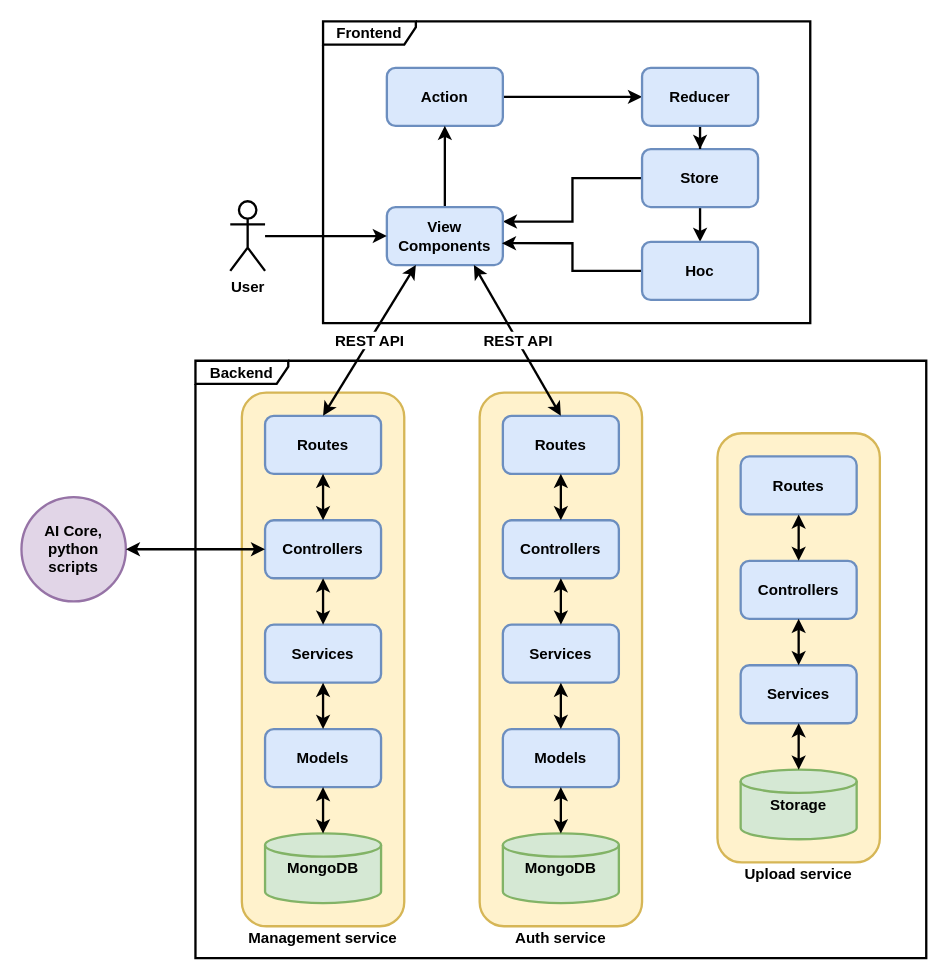
The draw.io diagram draw.io/kientruchethong.drawio in tranphuongthao2405/finalproject, before the edit. Source tidied: cells renumbered, new cells numbered last; positions are measured from the earlier drawing's top-left corner, leaving out a move shared by most shapes. Both pictures are drawn from the tidied source at 116%, with x=0, y=0 at pixel (21, 21).
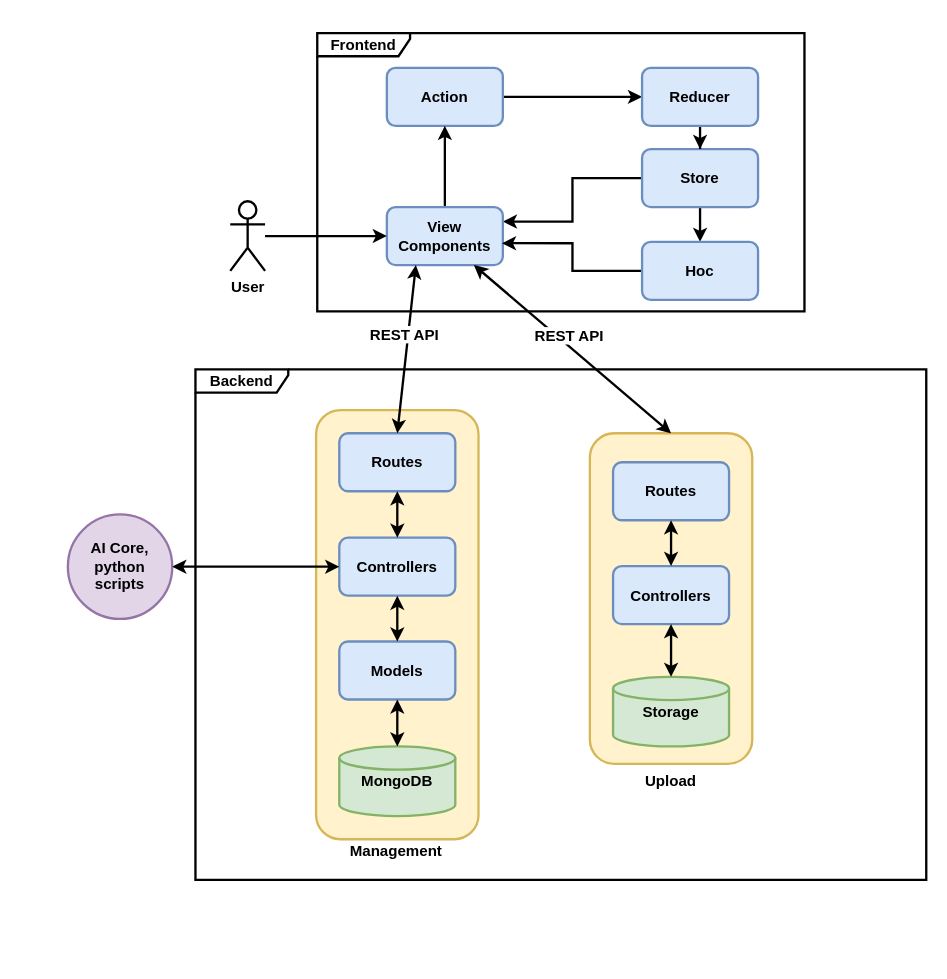
After the change.

The change refers to these unchanged cells:
```xml
<mxCell id="22" value="View Components" style="rounded=1;whiteSpace=wrap;html=1;fillColor=#dae8fc;strokeColor=#6c8ebf;strokeWidth=2;fontSize=13;fontStyle=1;" parent="1" vertex="1">
  <mxGeometry x="315" y="160" width="100" height="50" as="geometry" />
</mxCell>
```

The edit, as a diff of the source:
```diff
@@
     <mxCell id="2" value="Backend" style="shape=umlFrame;whiteSpace=wrap;html=1;strokeWidth=2;fontSize=13;fontStyle=1;width=80;height=20;" parent="1" vertex="1">
-      <mxGeometry x="150" y="292.5" width="630" height="515" as="geometry" />
+      <mxGeometry x="150" y="300" width="630" height="440" as="geometry" />
     </mxCell>
-    <mxCell id="3" style="rounded=1;whiteSpace=wrap;html=1;fontSize=13;strokeWidth=2;fillColor=#fff2cc;strokeColor=#d6b656;" parent="1" vertex="1">
-      <mxGeometry x="395" y="320" width="140" height="460" as="geometry" />
-    </mxCell>
     <mxCell id="4" style="rounded=1;whiteSpace=wrap;html=1;fontSize=13;strokeWidth=2;fillColor=#fff2cc;strokeColor=#d6b656;" parent="1" vertex="1">
-      <mxGeometry x="190" y="320" width="140" height="460" as="geometry" />
+      <mxGeometry x="254" y="335" width="140" height="370" as="geometry" />
     </mxCell>
     <mxCell id="5" value="Routes" style="rounded=1;whiteSpace=wrap;html=1;fillColor=#dae8fc;strokeColor=#6c8ebf;strokeWidth=2;fontSize=13;fontStyle=1;" parent="1" vertex="1">
-      <mxGeometry x="210" y="340" width="100" height="50" as="geometry" />
+      <mxGeometry x="274" y="355" width="100" height="50" as="geometry" />
     </mxCell>
     <mxCell id="6" value="Models" style="rounded=1;whiteSpace=wrap;html=1;fillColor=#dae8fc;strokeColor=#6c8ebf;strokeWidth=2;fontSize=13;fontStyle=1;" parent="1" vertex="1">
-      <mxGeometry x="210" y="610" width="100" height="50" as="geometry" />
+      <mxGeometry x="274" y="534.5" width="100" height="50" as="geometry" />
     </mxCell>
     <mxCell id="7" value="Controllers" style="rounded=1;whiteSpace=wrap;html=1;fillColor=#dae8fc;strokeColor=#6c8ebf;strokeWidth=2;fontSize=13;fontStyle=1;" parent="1" vertex="1">
-      <mxGeometry x="210" y="430" width="100" height="50" as="geometry" />
+      <mxGeometry x="274" y="445" width="100" height="50" as="geometry" />
     </mxCell>
-    <mxCell id="8" value="Services" style="rounded=1;whiteSpace=wrap;html=1;fillColor=#dae8fc;strokeColor=#6c8ebf;strokeWidth=2;fontSize=13;fontStyle=1;" parent="1" vertex="1">
-      <mxGeometry x="210" y="520" width="100" height="50" as="geometry" />
-    </mxCell>
     <mxCell id="9" value="MongoDB" style="strokeWidth=2;html=1;shape=mxgraph.flowchart.database;whiteSpace=wrap;fillColor=#d5e8d4;strokeColor=#82b366;fontSize=13;fontStyle=1;" parent="1" vertex="1">
-      <mxGeometry x="210" y="700" width="100" height="60" as="geometry" />
+      <mxGeometry x="274" y="625" width="100" height="60" as="geometry" />
     </mxCell>
@@
-    <mxCell id="11" style="endArrow=classic;startArrow=classic;html=1;entryX=0.5;entryY=0;entryDx=0;entryDy=0;strokeWidth=2;fontSize=13;fontStyle=1;exitX=0.5;exitY=1;exitDx=0;exitDy=0;" parent="1" edge="1" source="7" target="8">
-      <mxGeometry relative="1" as="geometry" />
-    </mxCell>
-    <mxCell id="12" style="endArrow=classic;startArrow=classic;html=1;entryX=0.5;entryY=1;entryDx=0;entryDy=0;exitX=0.5;exitY=0;exitDx=0;exitDy=0;strokeWidth=2;fontSize=13;fontStyle=1;" parent="1" edge="1" source="6" target="8">
-      <mxGeometry relative="1" as="geometry" />
-    </mxCell>
@@
     <mxCell id="14" style="rounded=1;whiteSpace=wrap;html=1;fontSize=13;strokeWidth=2;fillColor=#fff2cc;strokeColor=#d6b656;" parent="1" vertex="1">
-      <mxGeometry x="600" y="355" width="140" height="370" as="geometry" />
+      <mxGeometry x="490" y="355" width="140" height="285" as="geometry" />
     </mxCell>
     <mxCell id="15" value="Frontend" style="shape=umlFrame;whiteSpace=wrap;html=1;strokeWidth=2;fontSize=13;fontStyle=1;width=80;height=20;" parent="1" vertex="1">
-      <mxGeometry x="260" width="420" height="260" as="geometry" />
+      <mxGeometry x="255" y="10" width="420" height="240" as="geometry" />
     </mxCell>
@@
     <mxCell id="29" value="AI Core, python scripts" style="ellipse;whiteSpace=wrap;html=1;fillColor=#e1d5e7;strokeColor=#9673a6;strokeWidth=2;fontSize=13;fontStyle=1;" parent="1" vertex="1">
-      <mxGeometry y="410" width="90" height="90" as="geometry" />
+      <mxGeometry x="40" y="425" width="90" height="90" as="geometry" />
     </mxCell>
     <mxCell id="30" value="REST API" style="endArrow=classic;startArrow=classic;html=1;entryX=0.25;entryY=1;entryDx=0;entryDy=0;exitX=0.5;exitY=0;exitDx=0;exitDy=0;strokeWidth=2;fontSize=13;fontStyle=1;" parent="1" edge="1" source="5" target="22">
-      <mxGeometry relative="1" as="geometry" />
+      <mxGeometry x="0.17" y="3" relative="1" as="geometry" />
     </mxCell>
@@
     <mxCell id="32" value="Routes" style="rounded=1;whiteSpace=wrap;html=1;fillColor=#dae8fc;strokeColor=#6c8ebf;strokeWidth=2;fontSize=13;fontStyle=1;" parent="1" vertex="1">
-      <mxGeometry x="620" y="375" width="100" height="50" as="geometry" />
+      <mxGeometry x="510" y="380" width="100" height="50" as="geometry" />
     </mxCell>
     <mxCell id="33" value="Controllers" style="rounded=1;whiteSpace=wrap;html=1;fillColor=#dae8fc;strokeColor=#6c8ebf;strokeWidth=2;fontSize=13;fontStyle=1;" parent="1" vertex="1">
-      <mxGeometry x="620" y="465" width="100" height="50" as="geometry" />
+      <mxGeometry x="510" y="469.5" width="100" height="50" as="geometry" />
     </mxCell>
-    <mxCell id="34" value="Services" style="rounded=1;whiteSpace=wrap;html=1;fillColor=#dae8fc;strokeColor=#6c8ebf;strokeWidth=2;fontSize=13;fontStyle=1;" parent="1" vertex="1">
-      <mxGeometry x="620" y="555" width="100" height="50" as="geometry" />
-    </mxCell>
     <mxCell id="35" value="Storage" style="strokeWidth=2;html=1;shape=mxgraph.flowchart.database;whiteSpace=wrap;fillColor=#d5e8d4;strokeColor=#82b366;fontSize=13;fontStyle=1;" parent="1" vertex="1">
-      <mxGeometry x="620" y="645" width="100" height="60" as="geometry" />
+      <mxGeometry x="510" y="565" width="100" height="60" as="geometry" />
     </mxCell>
@@
-    <mxCell id="37" style="endArrow=classic;startArrow=classic;html=1;entryX=0.5;entryY=0;entryDx=0;entryDy=0;strokeWidth=2;fontSize=13;fontStyle=1;exitX=0.5;exitY=1;exitDx=0;exitDy=0;" parent="1" edge="1" source="33" target="34">
-      <mxGeometry relative="1" as="geometry" />
-    </mxCell>
-    <mxCell id="38" style="endArrow=classic;startArrow=classic;html=1;entryX=0.5;entryY=0;entryDx=0;entryDy=0;entryPerimeter=0;strokeWidth=2;fontSize=13;fontStyle=1;" parent="1" edge="1" source="34" target="35">
+    <mxCell id="38" style="endArrow=classic;startArrow=classic;html=1;entryX=0.5;entryY=0;entryDx=0;entryDy=0;entryPerimeter=0;strokeWidth=2;fontSize=13;fontStyle=1;exitX=0.5;exitY=1;exitDx=0;exitDy=0;" parent="1" edge="1" source="33" target="35">
       <mxGeometry relative="1" as="geometry" />
     </mxCell>
-    <mxCell id="39" value="Upload service" style="text;html=1;strokeColor=none;fillColor=none;align=center;verticalAlign=middle;whiteSpace=wrap;rounded=0;fontSize=13;fontStyle=1;" parent="1" vertex="1">
-      <mxGeometry x="620" y="725" width="100" height="20" as="geometry" />
+    <mxCell id="39" value="Upload" style="text;html=1;strokeColor=none;fillColor=none;align=center;verticalAlign=middle;whiteSpace=wrap;rounded=0;fontSize=13;fontStyle=1;" parent="1" vertex="1">
+      <mxGeometry x="510" y="645" width="100" height="20" as="geometry" />
     </mxCell>
-    <mxCell id="40" value="Management service" style="text;html=1;strokeColor=none;fillColor=none;align=center;verticalAlign=middle;whiteSpace=wrap;rounded=0;fontSize=13;fontStyle=1;" parent="1" vertex="1">
-      <mxGeometry x="190" y="780" width="140" height="20" as="geometry" />
+    <mxCell id="40" value="Management&amp;nbsp;" style="text;html=1;strokeColor=none;fillColor=none;align=center;verticalAlign=middle;whiteSpace=wrap;rounded=0;fontSize=13;fontStyle=1;" parent="1" vertex="1">
+      <mxGeometry x="255" y="705" width="140" height="20" as="geometry" />
     </mxCell>
-    <mxCell id="41" value="Routes" style="rounded=1;whiteSpace=wrap;html=1;fillColor=#dae8fc;strokeColor=#6c8ebf;strokeWidth=2;fontSize=13;fontStyle=1;" parent="1" vertex="1">
-      <mxGeometry x="415" y="340" width="100" height="50" as="geometry" />
-    </mxCell>
-    <mxCell id="42" value="Models" style="rounded=1;whiteSpace=wrap;html=1;fillColor=#dae8fc;strokeColor=#6c8ebf;strokeWidth=2;fontSize=13;fontStyle=1;" parent="1" vertex="1">
-      <mxGeometry x="415" y="610" width="100" height="50" as="geometry" />
-    </mxCell>
-    <mxCell id="43" value="Controllers" style="rounded=1;whiteSpace=wrap;html=1;fillColor=#dae8fc;strokeColor=#6c8ebf;strokeWidth=2;fontSize=13;fontStyle=1;" parent="1" vertex="1">
-      <mxGeometry x="415" y="430" width="100" height="50" as="geometry" />
-    </mxCell>
-    <mxCell id="44" value="Services" style="rounded=1;whiteSpace=wrap;html=1;fillColor=#dae8fc;strokeColor=#6c8ebf;strokeWidth=2;fontSize=13;fontStyle=1;" parent="1" vertex="1">
-      <mxGeometry x="415" y="520" width="100" height="50" as="geometry" />
-    </mxCell>
-    <mxCell id="45" value="MongoDB" style="strokeWidth=2;html=1;shape=mxgraph.flowchart.database;whiteSpace=wrap;fillColor=#d5e8d4;strokeColor=#82b366;fontSize=13;fontStyle=1;" parent="1" vertex="1">
-      <mxGeometry x="415" y="700" width="100" height="60" as="geometry" />
-    </mxCell>
-    <mxCell id="46" style="endArrow=classic;startArrow=classic;html=1;entryX=0.5;entryY=1;entryDx=0;entryDy=0;exitX=0.5;exitY=0;exitDx=0;exitDy=0;strokeWidth=2;fontSize=13;fontStyle=1;" parent="1" edge="1" source="43" target="41">
-      <mxGeometry relative="1" as="geometry" />
-    </mxCell>
-    <mxCell id="47" style="endArrow=classic;startArrow=classic;html=1;entryX=0.5;entryY=0;entryDx=0;entryDy=0;strokeWidth=2;fontSize=13;fontStyle=1;exitX=0.5;exitY=1;exitDx=0;exitDy=0;" parent="1" edge="1" source="43" target="44">
-      <mxGeometry relative="1" as="geometry" />
-    </mxCell>
-    <mxCell id="48" style="endArrow=classic;startArrow=classic;html=1;entryX=0.5;entryY=1;entryDx=0;entryDy=0;exitX=0.5;exitY=0;exitDx=0;exitDy=0;strokeWidth=2;fontSize=13;fontStyle=1;" parent="1" edge="1" source="42" target="44">
-      <mxGeometry relative="1" as="geometry" />
-    </mxCell>
-    <mxCell id="49" style="endArrow=classic;startArrow=classic;html=1;entryX=0.5;entryY=0;entryDx=0;entryDy=0;exitX=0.5;exitY=1;exitDx=0;exitDy=0;entryPerimeter=0;strokeWidth=2;fontSize=13;fontStyle=1;" parent="1" edge="1" source="42" target="45">
-      <mxGeometry relative="1" as="geometry" />
-    </mxCell>
-    <mxCell id="50" value="Auth service" style="text;html=1;strokeColor=none;fillColor=none;align=center;verticalAlign=middle;whiteSpace=wrap;rounded=0;fontSize=13;fontStyle=1;" parent="1" vertex="1">
-      <mxGeometry x="395" y="780" width="140" height="20" as="geometry" />
-    </mxCell>
-    <mxCell id="51" value="REST API" style="endArrow=classic;startArrow=classic;html=1;entryX=0.75;entryY=1;entryDx=0;entryDy=0;exitX=0.5;exitY=0;exitDx=0;exitDy=0;strokeWidth=2;fontSize=13;fontStyle=1;" parent="1" edge="1" source="41" target="22">
-      <mxGeometry relative="1" as="geometry" />
+    <mxCell id="51" value="REST API" style="endArrow=classic;startArrow=classic;html=1;entryX=0.75;entryY=1;entryDx=0;entryDy=0;exitX=0.5;exitY=0;exitDx=0;exitDy=0;strokeWidth=2;fontSize=13;fontStyle=1;" parent="1" edge="1" source="14" target="22">
+      <mxGeometry x="0.09" y="-7" relative="1" as="geometry" />
     </mxCell>
+    <mxCell id="52" style="endArrow=classic;startArrow=classic;html=1;entryX=0.5;entryY=1;entryDx=0;entryDy=0;strokeWidth=2;fontSize=13;fontStyle=1;" parent="1" edge="1" source="6" target="7">
+      <mxGeometry relative="1" as="geometry" />
+    </mxCell>
```
